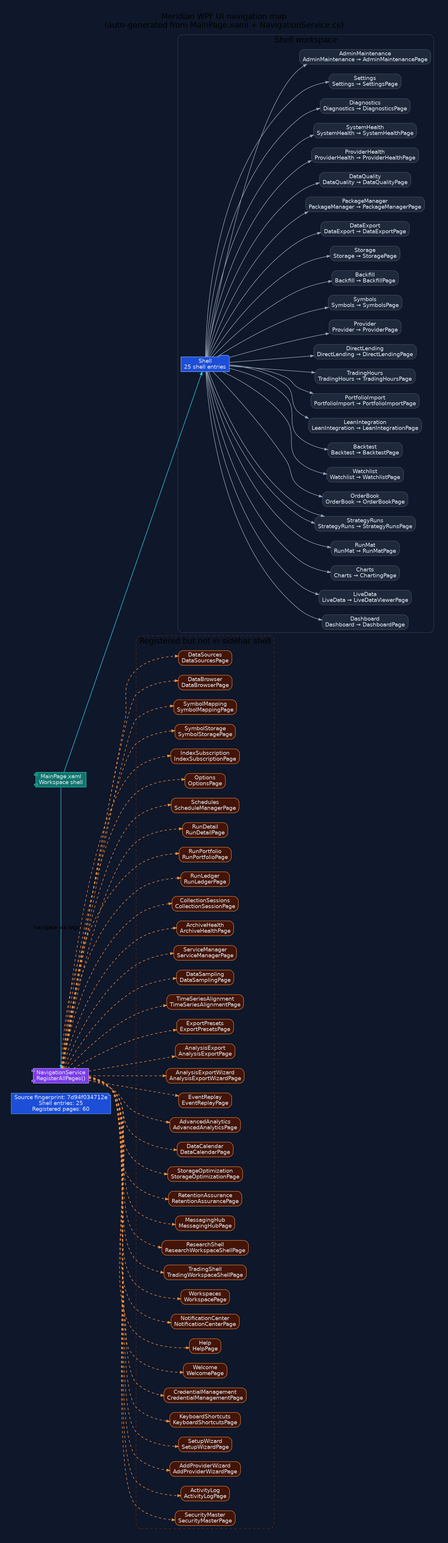
Above: docs/diagrams/ui-navigation-map.png in rodoHasArrived/Meridian-main (Graphviz), before the change. Its source is kept beside it as docs/diagrams/ui-navigation-map.dot.
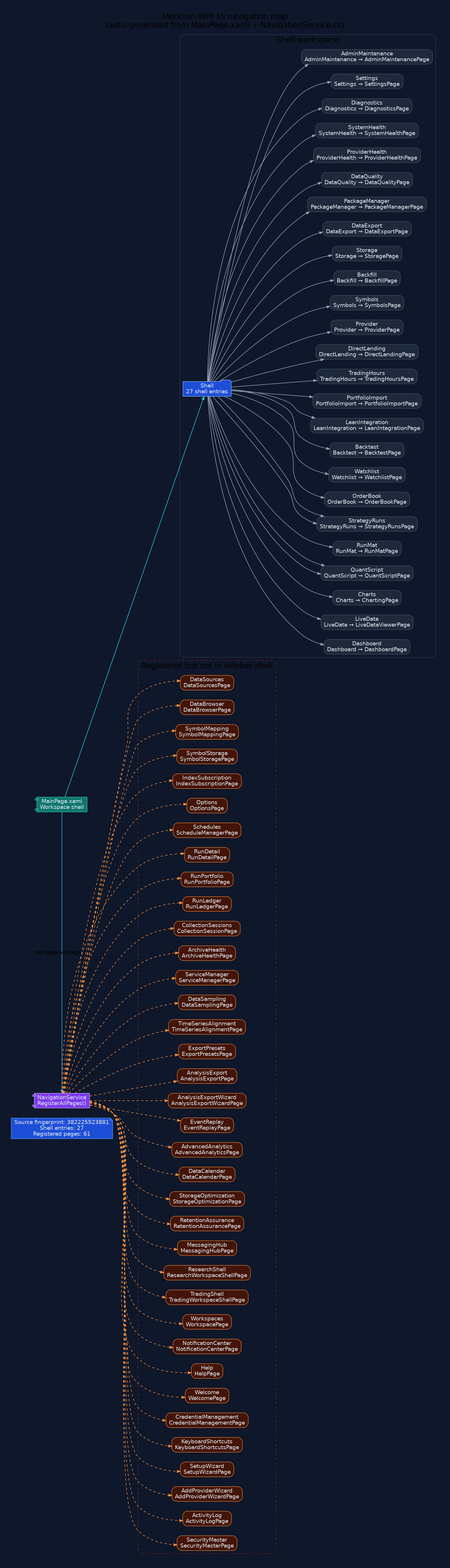
After the commit.

Diff of the diagram source:
```diff
@@ -13,7 +13,7 @@
   node [fontname="Segoe UI", shape=box, style="rounded,filled", color="#475569", fontcolor="#e2e8f0", fillcolor="#1e293b"];
   edge [fontname="Segoe UI", color="#94a3b8", penwidth=1.3, arrowsize=0.8];
 
-  generated [shape=note, fillcolor="#1d4ed8", color="#60a5fa", label="Source fingerprint: 7d94f034712e\nShell entries: 25\nRegistered pages: 60"];
+  generated [shape=note, fillcolor="#1d4ed8", color="#60a5fa", label="Source fingerprint: 382225523881\nShell entries: 27\nRegistered pages: 61"];
   shell [shape=component, fillcolor="#0f766e", color="#2dd4bf", label="MainPage.xaml\nWorkspace shell"];
   navigation [shape=component, fillcolor="#7c3aed", color="#c4b5fd", label="NavigationService\nRegisterAllPages()"];
   shell -> navigation [label="navigate via tags", color="#38bdf8"];
@@ -22,7 +22,7 @@
     label="Shell workspace";
     color="#334155";
     style="rounded";
-    workspace_1 [shape=folder, fillcolor="#1d4ed8", color="#93c5fd", label="Shell\n25 shell entries"];
+    workspace_1 [shape=folder, fillcolor="#1d4ed8", color="#93c5fd", label="Shell\n27 shell entries"];
     shell -> workspace_1 [color="#22d3ee"];
     page_Dashboard [label="Dashboard\nDashboard → DashboardPage", fillcolor="#1e293b"];
     workspace_1 -> page_Dashboard;
@@ -30,8 +30,12 @@
     workspace_1 -> page_LiveData;
     page_Charts [label="Charts\nCharts → ChartingPage", fillcolor="#1e293b"];
     workspace_1 -> page_Charts;
+    page_QuantScript [label="QuantScript\nQuantScript → QuantScriptPage", fillcolor="#1e293b"];
+    workspace_1 -> page_QuantScript;
     page_RunMat [label="RunMat\nRunMat → RunMatPage", fillcolor="#1e293b"];
     workspace_1 -> page_RunMat;
+    page_QuantScript [label="QuantScript\nQuantScript → QuantScriptPage", fillcolor="#1e293b"];
+    workspace_1 -> page_QuantScript;
     page_StrategyRuns [label="StrategyRuns\nStrategyRuns → StrategyRunsPage", fillcolor="#1e293b"];
     workspace_1 -> page_StrategyRuns;
     page_OrderBook [label="OrderBook\nOrderBook → OrderBookPage", fillcolor="#1e293b"];
```
